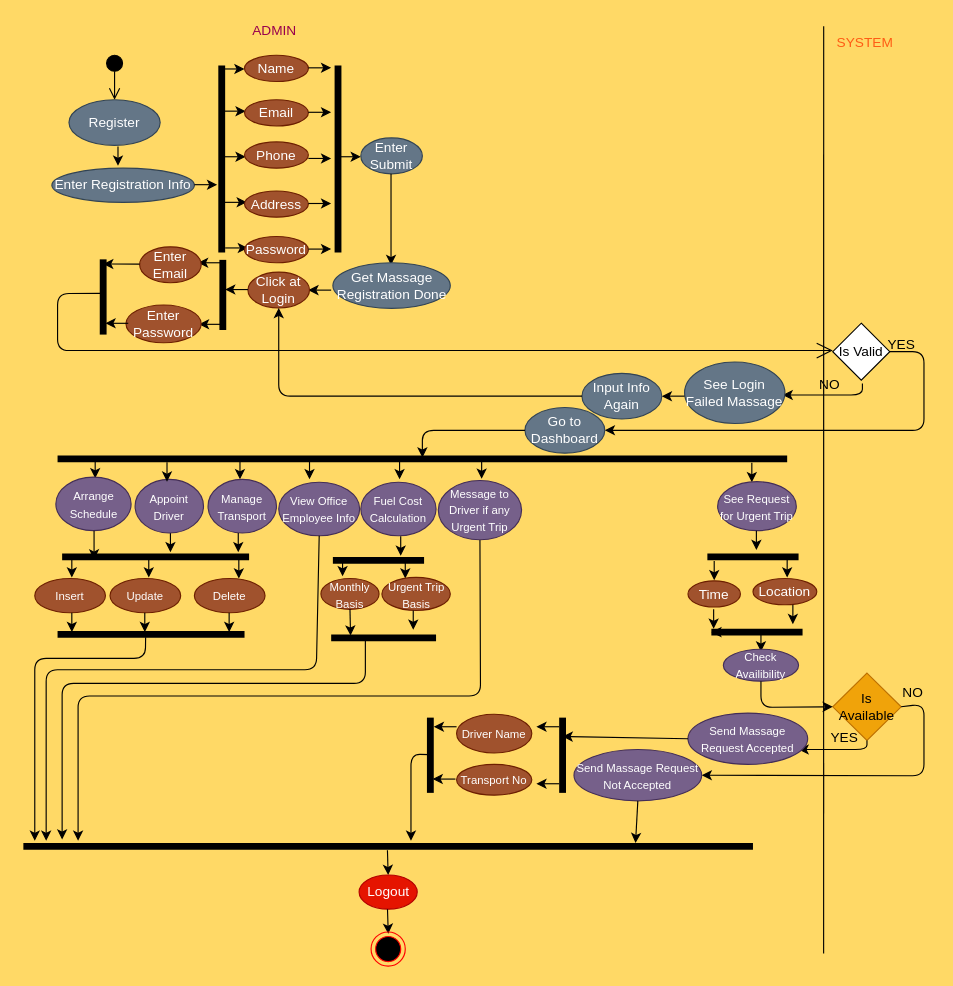
Before: resources/Untitled Diagram.drawio in SHIMAISRAFIL/Transport-Schedule, a draw.io diagram. Source tidied: cells renumbered, new cells numbered last; positions are measured from the earlier drawing's top-left corner, leaving out a move shared by most shapes. Both pictures are drawn from the tidied source at 114%, with x=0, y=0 at pixel (23, 19).
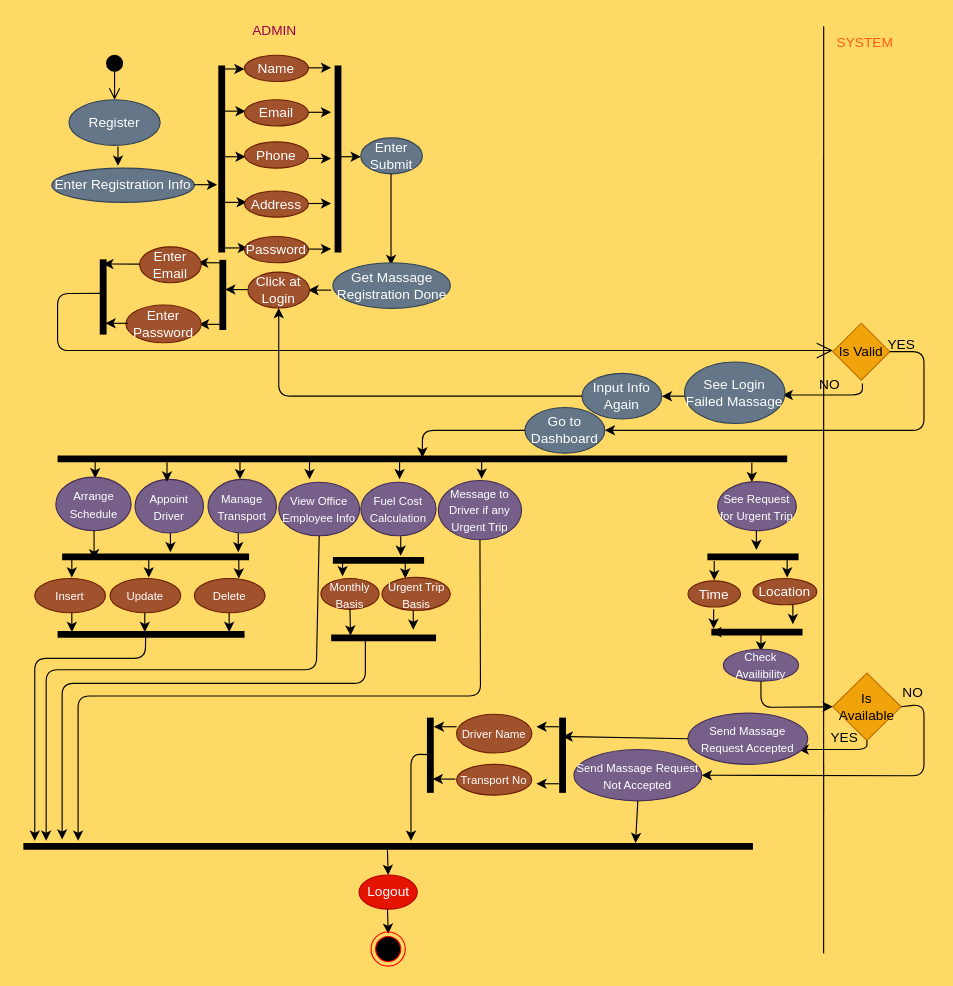
The same diagram, later.

What changed in the source:
```diff
@@
-    <mxCell id="108" value="Is Valid" style="rhombus;whiteSpace=wrap;html=1;strokeColor=#000000;" parent="1" vertex="1">
+    <mxCell id="108" value="Is Valid" style="rhombus;whiteSpace=wrap;html=1;strokeColor=#BD7000;fillColor=#f0a30a;fontColor=#000000;" parent="1" vertex="1">
       <mxGeometry x="710" y="266" width="50" height="50" as="geometry" />
     </mxCell>
```
